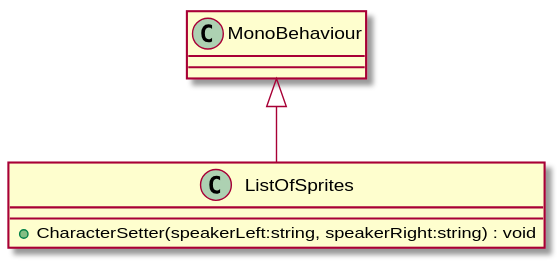
robinsuurs/Mallow_Mysterie keeps this PlantUML diagram as UML/Dialogue/ListOfSprites.svg. Above is the earlier version.
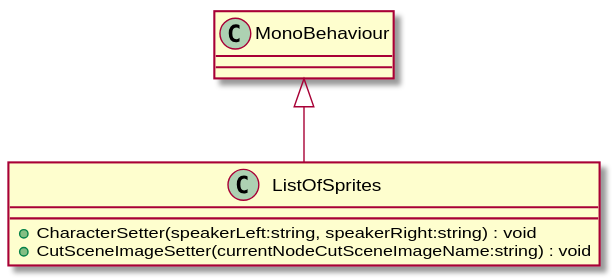
After the change.

The edit, as a diff of the source:
```diff
@@ -1,6 +1,7 @@
 @startuml
 class ListOfSprites {
     + CharacterSetter(speakerLeft:string, speakerRight:string) : void
+    + CutSceneImageSetter(currentNodeCutSceneImageName:string) : void
 }
 MonoBehaviour <|-- ListOfSprites
 @enduml
```
